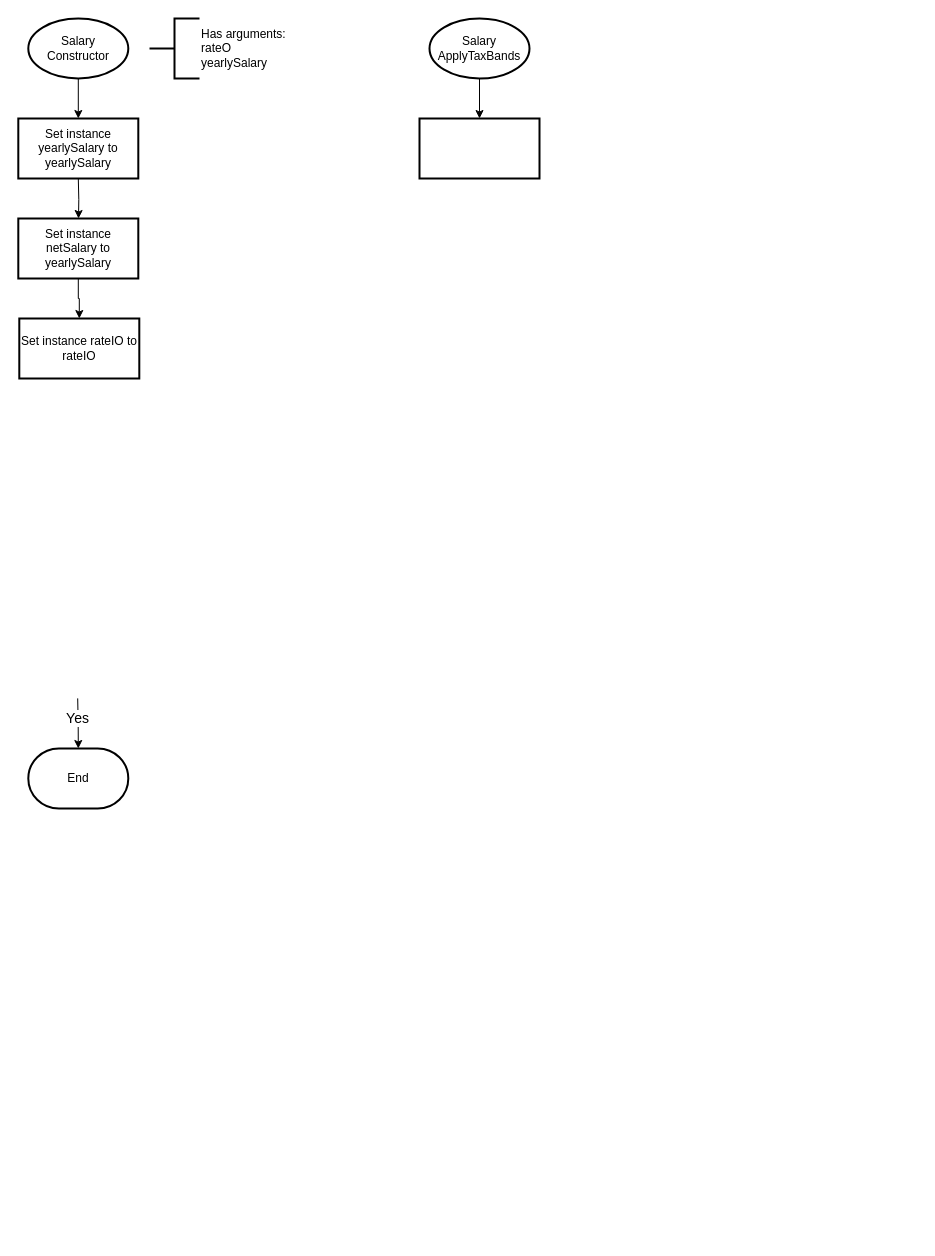
The draw.io diagram report/flowcharts/designs/salary-coursework-2.drawio in Sherman5A/usw-pop-coursework-1-task-2, before the edit. Source tidied: cells renumbered, new cells numbered last; positions are measured from the earlier drawing's top-left corner, leaving out a move shared by most shapes. Both pictures are drawn from the tidied source at 100%, with x=0, y=0 at pixel (18, 18).
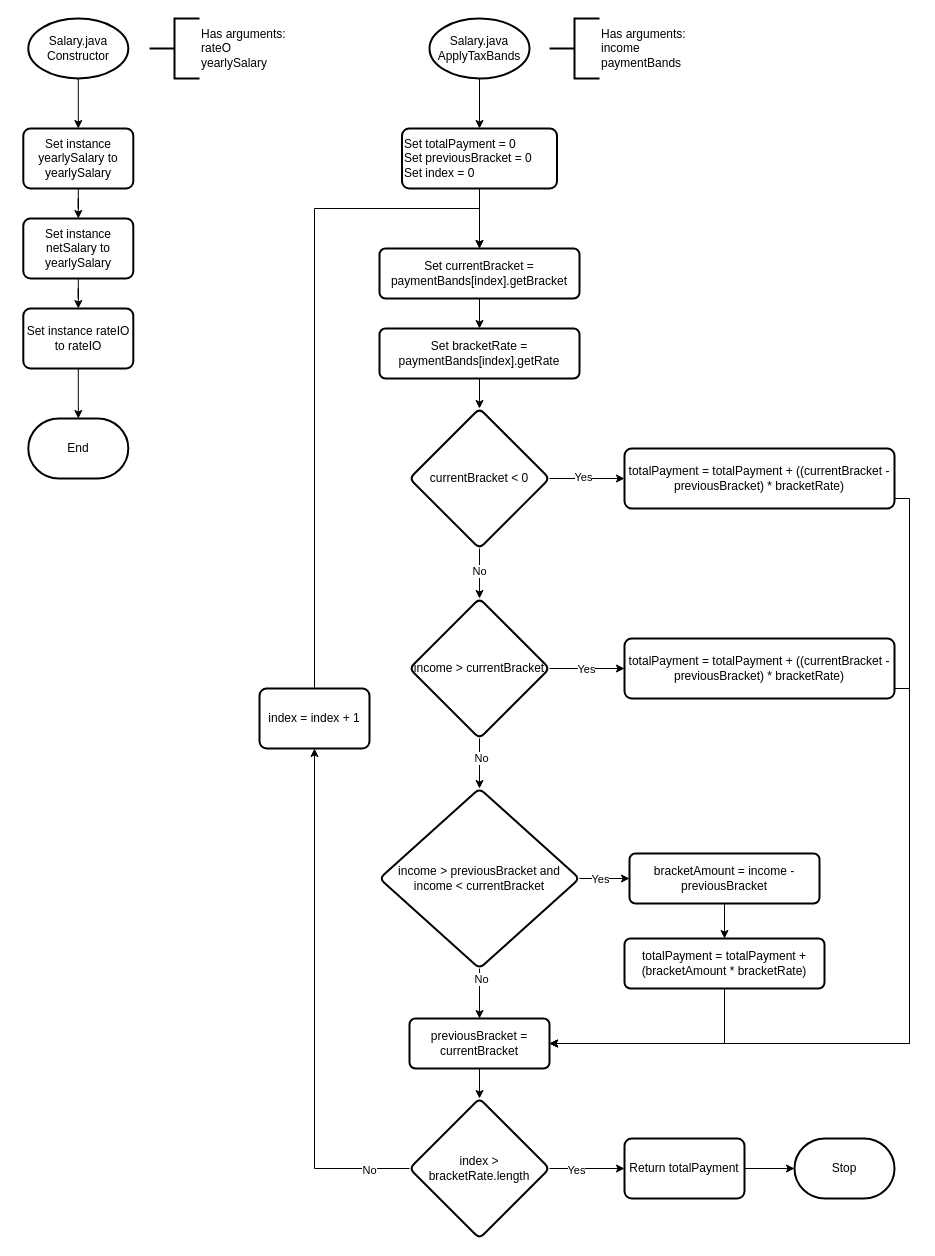
After the change.

The edit, as a diff of the source:
```diff
@@
-    <mxCell id="2" style="edgeStyle=orthogonalEdgeStyle;rounded=0;jettySize=auto;html=1;entryX=0.5;entryY=0;entryDx=0;entryDy=0;" parent="1" edge="1" source="3" target="11">
-      <mxGeometry relative="1" as="geometry" />
-    </mxCell>
-    <mxCell id="3" value="Salary&lt;br&gt;Constructor" style="strokeWidth=2;html=1;shape=mxgraph.flowchart.start_1;whiteSpace=wrap;" parent="1" vertex="1">
-      <mxGeometry x="9.8" width="100" height="60" as="geometry" />
-    </mxCell>
+    <mxCell id="9" style="edgeStyle=orthogonalEdgeStyle;rounded=0;orthogonalLoop=1;jettySize=auto;html=1;" parent="1" edge="1">
+      <mxGeometry relative="1" as="geometry">
+        <mxPoint x="59.8" y="300" as="targetPoint" />
+      </mxGeometry>
+    </mxCell>
+    <mxCell id="16" style="edgeStyle=orthogonalEdgeStyle;rounded=0;orthogonalLoop=1;jettySize=auto;html=1;" parent="1" edge="1">
+      <mxGeometry relative="1" as="geometry">
+        <mxPoint x="461" y="200" as="targetPoint" />
+      </mxGeometry>
+    </mxCell>
+    <mxCell id="17" style="edgeStyle=orthogonalEdgeStyle;rounded=0;jettySize=auto;html=1;" parent="1" edge="1" source="18" target="11">
+      <mxGeometry relative="1" as="geometry" />
+    </mxCell>
+    <mxCell id="18" value="Salary.java&lt;br&gt;Constructor" style="strokeWidth=2;html=1;shape=mxgraph.flowchart.start_1;whiteSpace=wrap;" parent="1" vertex="1">
+      <mxGeometry x="9.8" width="100" height="60" as="geometry" />
+    </mxCell>
@@
-    <mxCell id="5" style="edgeStyle=orthogonalEdgeStyle;rounded=0;jettySize=auto;html=1;" parent="1" edge="1" target="7">
-      <mxGeometry relative="1" as="geometry">
-        <mxPoint x="59.2" y="679.9" as="sourcePoint" />
-      </mxGeometry>
-    </mxCell>
-    <mxCell id="6" value="&lt;font style=&quot;font-size: 14px;&quot;&gt;Yes&lt;/font&gt;" style="edgeLabel;html=1;align=center;verticalAlign=middle;" parent="5" vertex="1">
-      <mxGeometry x="-0.22" y="-1" relative="1" as="geometry" />
-    </mxCell>
     <mxCell id="7" value="End" style="strokeWidth=2;html=1;shape=mxgraph.flowchart.terminator;whiteSpace=wrap;" parent="1" vertex="1">
-      <mxGeometry x="9.8" y="730" width="100" height="60" as="geometry" />
+      <mxGeometry x="9.8" y="400" width="100" height="60" as="geometry" />
     </mxCell>
-    <mxCell id="8" style="edgeStyle=orthogonalEdgeStyle;rounded=0;orthogonalLoop=1;jettySize=auto;html=1;" parent="1" edge="1">
-      <mxGeometry relative="1" as="geometry">
-        <mxPoint x="59.8" y="160" as="sourcePoint" />
-        <mxPoint x="60" y="200" as="targetPoint" />
-      </mxGeometry>
-    </mxCell>
-    <mxCell id="9" style="edgeStyle=orthogonalEdgeStyle;rounded=0;jettySize=auto;html=1;" parent="1" edge="1" source="10" target="12">
-      <mxGeometry relative="1" as="geometry" />
-    </mxCell>
+    <mxCell id="19" style="edgeStyle=orthogonalEdgeStyle;rounded=0;jettySize=auto;html=1;" parent="1" edge="1" source="20" target="26">
+      <mxGeometry relative="1" as="geometry" />
+    </mxCell>
+    <mxCell id="20" value="Salary.java&lt;br&gt;ApplyTaxBands" style="strokeWidth=2;html=1;shape=mxgraph.flowchart.start_1;whiteSpace=wrap;" parent="1" vertex="1">
+      <mxGeometry x="411" width="100" height="60" as="geometry" />
+    </mxCell>
+    <mxCell id="21" value="Has arguments:&lt;br&gt; income&lt;br&gt;paymentBands" style="strokeWidth=2;html=1;shape=mxgraph.flowchart.annotation_2;align=left;labelPosition=right;" parent="1" vertex="1">
+      <mxGeometry x="531" width="50" height="60" as="geometry" />
+    </mxCell>
+    <mxCell id="22" style="edgeStyle=orthogonalEdgeStyle;rounded=0;jettySize=auto;html=1;" parent="1" edge="1" source="11" target="10">
+      <mxGeometry relative="1" as="geometry" />
+    </mxCell>
+    <mxCell id="11" value="Set instance yearlySalary to yearlySalary" style="whiteSpace=wrap;html=1;strokeWidth=2;rounded=1;arcSize=12;" parent="1" vertex="1">
+      <mxGeometry x="4.8" y="110" width="110" height="60" as="geometry" />
+    </mxCell>
+    <mxCell id="23" style="edgeStyle=orthogonalEdgeStyle;rounded=0;jettySize=auto;html=1;" parent="1" edge="1" source="10" target="12">
+      <mxGeometry relative="1" as="geometry" />
+    </mxCell>
-    <mxCell id="10" value="Set instance netSalary to yearlySalary" style="whiteSpace=wrap;html=1;strokeWidth=2;" parent="1" vertex="1">
-      <mxGeometry x="-0.2" y="200" width="120" height="60" as="geometry" />
+    <mxCell id="10" value="Set instance netSalary to yearlySalary" style="whiteSpace=wrap;html=1;strokeWidth=2;rounded=1;arcSize=12;" parent="1" vertex="1">
+      <mxGeometry x="4.8" y="200" width="110" height="60" as="geometry" />
     </mxCell>
-    <mxCell id="11" value="Set instance yearlySalary to yearlySalary" style="whiteSpace=wrap;html=1;strokeWidth=2;" parent="1" vertex="1">
-      <mxGeometry x="-0.2" y="100" width="120" height="60" as="geometry" />
-    </mxCell>
+    <mxCell id="24" style="edgeStyle=orthogonalEdgeStyle;rounded=0;jettySize=auto;html=1;" parent="1" edge="1" source="12" target="7">
+      <mxGeometry relative="1" as="geometry" />
+    </mxCell>
-    <mxCell id="12" value="Set instance rateIO to rateIO" style="whiteSpace=wrap;html=1;strokeWidth=2;" parent="1" vertex="1">
-      <mxGeometry x="0.8" y="300" width="120" height="60" as="geometry" />
+    <mxCell id="12" value="Set instance rateIO to rateIO" style="whiteSpace=wrap;html=1;strokeWidth=2;rounded=1;arcSize=12;" parent="1" vertex="1">
+      <mxGeometry x="4.8" y="290" width="110" height="60" as="geometry" />
     </mxCell>
-    <mxCell id="13" style="edgeStyle=orthogonalEdgeStyle;rounded=0;jettySize=auto;html=1;" parent="1" edge="1" source="14" target="15">
-      <mxGeometry relative="1" as="geometry" />
-    </mxCell>
-    <mxCell id="14" value="Salary&lt;br&gt;ApplyTaxBands" style="strokeWidth=2;html=1;shape=mxgraph.flowchart.start_1;whiteSpace=wrap;" parent="1" vertex="1">
-      <mxGeometry x="411" width="100" height="60" as="geometry" />
-    </mxCell>
-    <mxCell id="15" style="whiteSpace=wrap;html=1;strokeWidth=2;" parent="1" vertex="1">
-      <mxGeometry x="401" y="100" width="120" height="60" as="geometry" />
-    </mxCell>
+    <mxCell id="25" style="edgeStyle=orthogonalEdgeStyle;rounded=0;jettySize=auto;html=1;" parent="1" edge="1" source="26" target="28">
+      <mxGeometry relative="1" as="geometry" />
+    </mxCell>
+    <mxCell id="26" value="&lt;div align=&quot;left&quot;&gt;Set totalPayment = 0&lt;br&gt;Set previousBracket = 0&lt;br&gt;Set index = 0&lt;/div&gt;" style="whiteSpace=wrap;html=1;strokeWidth=2;rounded=1;arcSize=12;align=left;" parent="1" vertex="1">
+      <mxGeometry x="383.5" y="110" width="155" height="60" as="geometry" />
+    </mxCell>
+    <mxCell id="27" style="edgeStyle=orthogonalEdgeStyle;rounded=0;jettySize=auto;html=1;" parent="1" edge="1" source="28" target="30">
+      <mxGeometry relative="1" as="geometry" />
+    </mxCell>
+    <mxCell id="28" value="Set currentBracket = paymentBands[index].getBracket" style="whiteSpace=wrap;html=1;strokeWidth=2;rounded=1;arcSize=12;" parent="1" vertex="1">
+      <mxGeometry x="361" y="230" width="200" height="50" as="geometry" />
+    </mxCell>
+    <mxCell id="29" style="edgeStyle=orthogonalEdgeStyle;rounded=0;jettySize=auto;html=1;" parent="1" edge="1" source="30" target="35">
+      <mxGeometry relative="1" as="geometry" />
+    </mxCell>
+    <mxCell id="30" value="Set bracketRate = paymentBands[index].getRate" style="whiteSpace=wrap;html=1;strokeWidth=2;rounded=1;arcSize=12;" parent="1" vertex="1">
+      <mxGeometry x="361" y="310" width="200" height="50" as="geometry" />
+    </mxCell>
+    <mxCell id="31" style="edgeStyle=orthogonalEdgeStyle;rounded=0;jettySize=auto;html=1;entryX=0;entryY=0.5;entryDx=0;entryDy=0;" parent="1" edge="1" source="35" target="38">
+      <mxGeometry relative="1" as="geometry" />
+    </mxCell>
+    <mxCell id="32" value="Yes" style="edgeLabel;html=1;align=center;verticalAlign=middle;" parent="31" vertex="1">
+      <mxGeometry x="-0.13" y="2" relative="1" as="geometry" />
+    </mxCell>
+    <mxCell id="33" style="edgeStyle=orthogonalEdgeStyle;rounded=0;jettySize=auto;html=1;entryX=0.5;entryY=0;entryDx=0;entryDy=0;" parent="1" edge="1" source="35" target="43">
+      <mxGeometry relative="1" as="geometry" />
+    </mxCell>
+    <mxCell id="34" value="No" style="edgeLabel;html=1;align=center;verticalAlign=middle;" parent="33" vertex="1">
+      <mxGeometry x="-0.12" y="-1" relative="1" as="geometry" />
+    </mxCell>
+    <mxCell id="35" value="currentBracket &amp;lt; 0" style="rhombus;whiteSpace=wrap;html=1;strokeWidth=2;rounded=1;arcSize=12;" parent="1" vertex="1">
+      <mxGeometry x="391" y="390" width="140" height="140" as="geometry" />
+    </mxCell>
+    <mxCell id="36" style="edgeStyle=orthogonalEdgeStyle;rounded=0;jettySize=auto;html=1;exitX=0.5;exitY=1;exitDx=0;exitDy=0;" parent="1" edge="1" source="62" target="60">
+      <mxGeometry relative="1" as="geometry" />
+    </mxCell>
+    <mxCell id="37" style="edgeStyle=orthogonalEdgeStyle;rounded=0;jettySize=auto;html=1;entryX=1;entryY=0.5;entryDx=0;entryDy=0;exitX=1;exitY=0.5;exitDx=0;exitDy=0;" parent="1" edge="1" source="38" target="62">
+      <mxGeometry relative="1" as="geometry">
+        <Array as="points">
+          <mxPoint x="876" y="480" />
+          <mxPoint x="891" y="480" />
+          <mxPoint x="891" y="1025" />
+        </Array>
+      </mxGeometry>
+    </mxCell>
+    <mxCell id="38" value="totalPayment = totalPayment + ((currentBracket - previousBracket) * bracketRate)" style="whiteSpace=wrap;html=1;strokeWidth=2;rounded=1;arcSize=12;" parent="1" vertex="1">
+      <mxGeometry x="606" y="430" width="270" height="60" as="geometry" />
+    </mxCell>
+    <mxCell id="39" style="edgeStyle=orthogonalEdgeStyle;rounded=0;jettySize=auto;html=1;entryX=0;entryY=0.5;entryDx=0;entryDy=0;" parent="1" edge="1" source="43" target="44">
+      <mxGeometry relative="1" as="geometry" />
+    </mxCell>
+    <mxCell id="40" value="Yes" style="edgeLabel;html=1;align=center;verticalAlign=middle;" parent="39" vertex="1">
+      <mxGeometry x="-0.03" y="-5" relative="1" as="geometry">
+        <mxPoint y="-5" as="offset" />
+      </mxGeometry>
+    </mxCell>
+    <mxCell id="41" style="edgeStyle=orthogonalEdgeStyle;rounded=0;jettySize=auto;html=1;entryX=0.5;entryY=0;entryDx=0;entryDy=0;" parent="1" edge="1" source="43" target="49">
+      <mxGeometry relative="1" as="geometry" />
+    </mxCell>
+    <mxCell id="42" value="No" style="edgeLabel;html=1;align=center;verticalAlign=middle;" parent="41" vertex="1">
+      <mxGeometry x="-0.24" y="1" relative="1" as="geometry" />
+    </mxCell>
+    <mxCell id="43" value="income &amp;gt; currentBracket" style="rhombus;whiteSpace=wrap;html=1;strokeWidth=2;rounded=1;arcSize=12;" parent="1" vertex="1">
+      <mxGeometry x="391" y="580" width="140" height="140" as="geometry" />
+    </mxCell>
+    <mxCell id="44" value="totalPayment = totalPayment + ((currentBracket - previousBracket) * bracketRate)" style="whiteSpace=wrap;html=1;strokeWidth=2;rounded=1;arcSize=12;" parent="1" vertex="1">
+      <mxGeometry x="606" y="620" width="270" height="60" as="geometry" />
+    </mxCell>
+    <mxCell id="45" style="edgeStyle=orthogonalEdgeStyle;rounded=0;jettySize=auto;html=1;" parent="1" edge="1" source="49" target="51">
+      <mxGeometry relative="1" as="geometry" />
+    </mxCell>
+    <mxCell id="46" value="Yes" style="edgeLabel;html=1;align=center;verticalAlign=middle;" parent="45" vertex="1">
+      <mxGeometry x="-0.3" y="-1" relative="1" as="geometry">
+        <mxPoint x="2" y="-1" as="offset" />
+      </mxGeometry>
+    </mxCell>
+    <mxCell id="47" style="edgeStyle=orthogonalEdgeStyle;rounded=0;jettySize=auto;html=1;entryX=0.5;entryY=0;entryDx=0;entryDy=0;" parent="1" edge="1" source="49" target="62">
+      <mxGeometry relative="1" as="geometry" />
+    </mxCell>
+    <mxCell id="48" value="No" style="edgeLabel;html=1;align=center;verticalAlign=middle;" parent="47" vertex="1">
+      <mxGeometry x="-0.61" y="1" relative="1" as="geometry" />
+    </mxCell>
+    <mxCell id="49" value="income &amp;gt; previousBracket and income &amp;lt; currentBracket" style="rhombus;whiteSpace=wrap;html=1;strokeWidth=2;rounded=1;arcSize=12;" parent="1" vertex="1">
+      <mxGeometry x="361" y="770" width="200" height="180" as="geometry" />
+    </mxCell>
+    <mxCell id="50" style="edgeStyle=orthogonalEdgeStyle;rounded=0;jettySize=auto;html=1;" parent="1" edge="1" source="51" target="53">
+      <mxGeometry relative="1" as="geometry" />
+    </mxCell>
+    <mxCell id="51" value="bracketAmount = income - previousBracket" style="whiteSpace=wrap;html=1;strokeWidth=2;rounded=1;arcSize=12;" parent="1" vertex="1">
+      <mxGeometry x="611" y="835" width="190" height="50" as="geometry" />
+    </mxCell>
+    <mxCell id="52" style="edgeStyle=orthogonalEdgeStyle;rounded=0;jettySize=auto;html=1;exitX=0.5;exitY=1;exitDx=0;exitDy=0;entryX=1;entryY=0.5;entryDx=0;entryDy=0;" parent="1" edge="1" source="53" target="62">
+      <mxGeometry relative="1" as="geometry">
+        <Array as="points">
+          <mxPoint x="706" y="1025" />
+        </Array>
+      </mxGeometry>
+    </mxCell>
+    <mxCell id="53" value="totalPayment = totalPayment + (bracketAmount * bracketRate)" style="whiteSpace=wrap;html=1;strokeWidth=2;rounded=1;arcSize=12;" parent="1" vertex="1">
+      <mxGeometry x="606" y="920" width="200" height="50" as="geometry" />
+    </mxCell>
+    <mxCell id="54" style="edgeStyle=orthogonalEdgeStyle;rounded=0;jettySize=auto;html=1;entryX=0.5;entryY=0;entryDx=0;entryDy=0;exitX=0.5;exitY=0;exitDx=0;exitDy=0;" parent="1" edge="1" source="55" target="28">
+      <mxGeometry relative="1" as="geometry">
+        <Array as="points">
+          <mxPoint x="296" y="190" />
+          <mxPoint x="461" y="190" />
+        </Array>
+      </mxGeometry>
+    </mxCell>
+    <mxCell id="55" value="index = index + 1" style="whiteSpace=wrap;html=1;strokeWidth=2;rounded=1;arcSize=12;" parent="1" vertex="1">
+      <mxGeometry x="241" y="670" width="110" height="60" as="geometry" />
+    </mxCell>
+    <mxCell id="56" style="edgeStyle=orthogonalEdgeStyle;rounded=0;jettySize=auto;html=1;" parent="1" edge="1" source="60" target="55">
+      <mxGeometry relative="1" as="geometry" />
+    </mxCell>
+    <mxCell id="57" value="No" style="edgeLabel;html=1;align=center;verticalAlign=middle;" parent="56" vertex="1">
+      <mxGeometry x="-0.84" y="1" relative="1" as="geometry" />
+    </mxCell>
+    <mxCell id="58" style="edgeStyle=orthogonalEdgeStyle;rounded=0;jettySize=auto;html=1;" parent="1" edge="1" source="60" target="64">
+      <mxGeometry relative="1" as="geometry" />
+    </mxCell>
+    <mxCell id="59" value="Yes" style="edgeLabel;html=1;align=center;verticalAlign=middle;" parent="58" vertex="1">
+      <mxGeometry x="-0.31" y="-1" relative="1" as="geometry" />
+    </mxCell>
+    <mxCell id="60" value="index &amp;gt; bracketRate.length" style="rhombus;whiteSpace=wrap;html=1;strokeWidth=2;rounded=1;arcSize=12;" parent="1" vertex="1">
+      <mxGeometry x="391" y="1080" width="140" height="140" as="geometry" />
+    </mxCell>
+    <mxCell id="61" style="edgeStyle=orthogonalEdgeStyle;rounded=0;jettySize=auto;html=1;exitX=1;exitY=0.5;exitDx=0;exitDy=0;entryX=1;entryY=0.5;entryDx=0;entryDy=0;" parent="1" edge="1" source="44" target="62">
+      <mxGeometry relative="1" as="geometry">
+        <Array as="points">
+          <mxPoint x="876" y="670" />
+          <mxPoint x="891" y="670" />
+          <mxPoint x="891" y="1025" />
+        </Array>
+      </mxGeometry>
+    </mxCell>
+    <mxCell id="62" value="previousBracket = currentBracket" style="whiteSpace=wrap;html=1;strokeWidth=2;rounded=1;arcSize=12;" parent="1" vertex="1">
+      <mxGeometry x="391" y="1000" width="140" height="50" as="geometry" />
+    </mxCell>
+    <mxCell id="63" style="edgeStyle=orthogonalEdgeStyle;rounded=0;jettySize=auto;html=1;" parent="1" edge="1" source="64" target="65">
+      <mxGeometry relative="1" as="geometry" />
+    </mxCell>
+    <mxCell id="64" value="Return totalPayment" style="whiteSpace=wrap;html=1;strokeWidth=2;rounded=1;arcSize=12;" parent="1" vertex="1">
+      <mxGeometry x="606" y="1120" width="120" height="60" as="geometry" />
+    </mxCell>
+    <mxCell id="65" value="Stop" style="strokeWidth=2;html=1;shape=mxgraph.flowchart.terminator;whiteSpace=wrap;" parent="1" vertex="1">
+      <mxGeometry x="776" y="1120" width="100" height="60" as="geometry" />
+    </mxCell>
```
